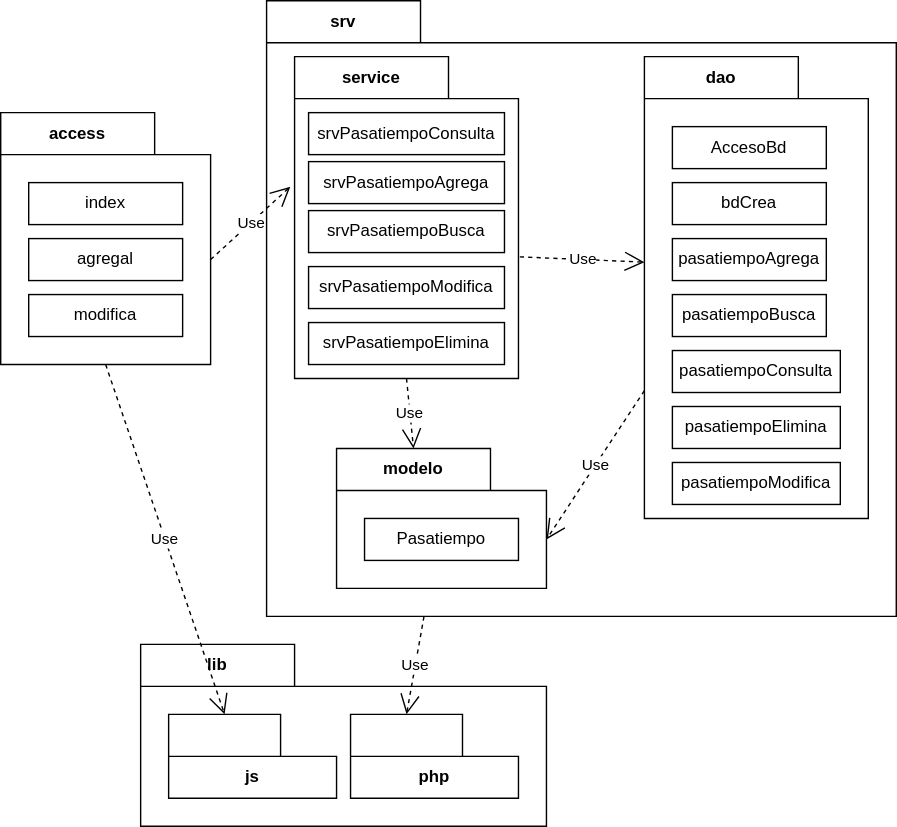
This is docs/img/m13bd/bdpaquetes.drawio.svg from gilpgawoas/gilpgawoas.github.io, a draw.io export, as it was before one commit. Source tidied: cells renumbered, new cells last; positions are measured from the earlier drawing's top-left corner, leaving out a move shared by most shapes. The source it was exported from:
```xml
<mxGraphModel>
  <root>
    <mxCell id="0" />
    <mxCell id="1" parent="0" />
    <mxCell id="2" value="lib" style="shape=folder;fontStyle=1;tabWidth=110;tabHeight=30;tabPosition=left;html=1;boundedLbl=1;labelInHeader=1;whiteSpace=wrap;" parent="1" vertex="1">
      <mxGeometry x="100" y="460" width="290" height="130" as="geometry" />
    </mxCell>
    <mxCell id="3" value="js" style="shape=folder;fontStyle=1;tabWidth=80;tabHeight=30;tabPosition=left;html=1;boundedLbl=1;whiteSpace=wrap;" parent="2" vertex="1">
      <mxGeometry x="20" y="50" width="120" height="60" as="geometry" />
    </mxCell>
    <mxCell id="4" value="php" style="shape=folder;fontStyle=1;tabWidth=80;tabHeight=30;tabPosition=left;html=1;boundedLbl=1;whiteSpace=wrap;" parent="2" vertex="1">
      <mxGeometry x="150" y="50" width="120" height="60" as="geometry" />
    </mxCell>
    <mxCell id="5" value="access" style="shape=folder;fontStyle=1;tabWidth=110;tabHeight=30;tabPosition=left;html=1;boundedLbl=1;labelInHeader=1;whiteSpace=wrap;" parent="1" vertex="1">
      <mxGeometry y="80" width="150" height="180" as="geometry" />
    </mxCell>
    <mxCell id="6" value="index" style="html=1;whiteSpace=wrap;" parent="5" vertex="1">
      <mxGeometry width="110" height="30" relative="1" as="geometry">
        <mxPoint x="20" y="50" as="offset" />
      </mxGeometry>
    </mxCell>
    <mxCell id="7" value="agregal" style="html=1;whiteSpace=wrap;" parent="5" vertex="1">
      <mxGeometry width="110" height="30" relative="1" as="geometry">
        <mxPoint x="20" y="90" as="offset" />
      </mxGeometry>
    </mxCell>
    <mxCell id="8" value="modifica" style="html=1;whiteSpace=wrap;" parent="5" vertex="1">
      <mxGeometry width="110" height="30" relative="1" as="geometry">
        <mxPoint x="20" y="130" as="offset" />
      </mxGeometry>
    </mxCell>
    <mxCell id="9" value="srv" style="shape=folder;fontStyle=1;tabWidth=110;tabHeight=30;tabPosition=left;html=1;boundedLbl=1;labelInHeader=1;whiteSpace=wrap;" parent="1" vertex="1">
      <mxGeometry x="190" width="450" height="440" as="geometry" />
    </mxCell>
    <mxCell id="10" value="service" style="shape=folder;fontStyle=1;tabWidth=110;tabHeight=30;tabPosition=left;html=1;boundedLbl=1;labelInHeader=1;whiteSpace=wrap;" parent="9" vertex="1">
      <mxGeometry x="20" y="40" width="160" height="230" as="geometry" />
    </mxCell>
    <mxCell id="11" value="srvPasatiempoConsulta" style="html=1;whiteSpace=wrap;" parent="10" vertex="1">
      <mxGeometry width="140" height="30" relative="1" as="geometry">
        <mxPoint x="10" y="40" as="offset" />
      </mxGeometry>
    </mxCell>
    <mxCell id="12" value="srvPasatiempoAgrega" style="html=1;whiteSpace=wrap;" parent="10" vertex="1">
      <mxGeometry width="140" height="30" relative="1" as="geometry">
        <mxPoint x="10" y="75" as="offset" />
      </mxGeometry>
    </mxCell>
    <mxCell id="13" value="srvPasatiempoBusca" style="html=1;whiteSpace=wrap;" parent="10" vertex="1">
      <mxGeometry width="140" height="30" relative="1" as="geometry">
        <mxPoint x="10" y="110" as="offset" />
      </mxGeometry>
    </mxCell>
    <mxCell id="14" value="srvPasatiempoModifica" style="html=1;whiteSpace=wrap;" parent="10" vertex="1">
      <mxGeometry width="140" height="30" relative="1" as="geometry">
        <mxPoint x="10" y="150" as="offset" />
      </mxGeometry>
    </mxCell>
    <mxCell id="15" value="srvPasatiempoElimina" style="html=1;whiteSpace=wrap;" parent="10" vertex="1">
      <mxGeometry width="140" height="30" relative="1" as="geometry">
        <mxPoint x="10" y="190" as="offset" />
      </mxGeometry>
    </mxCell>
    <mxCell id="16" value="modelo" style="shape=folder;fontStyle=1;tabWidth=110;tabHeight=30;tabPosition=left;html=1;boundedLbl=1;labelInHeader=1;whiteSpace=wrap;" parent="9" vertex="1">
      <mxGeometry x="50" y="320" width="150" height="100" as="geometry" />
    </mxCell>
    <mxCell id="17" value="Pasatiempo" style="html=1;whiteSpace=wrap;" parent="16" vertex="1">
      <mxGeometry width="110" height="30" relative="1" as="geometry">
        <mxPoint x="20" y="50" as="offset" />
      </mxGeometry>
    </mxCell>
    <mxCell id="18" value="dao" style="shape=folder;fontStyle=1;tabWidth=110;tabHeight=30;tabPosition=left;html=1;boundedLbl=1;labelInHeader=1;whiteSpace=wrap;" parent="9" vertex="1">
      <mxGeometry x="270" y="40" width="160" height="330" as="geometry" />
    </mxCell>
    <mxCell id="19" value="AccesoBd" style="html=1;whiteSpace=wrap;" parent="18" vertex="1">
      <mxGeometry width="110" height="30" relative="1" as="geometry">
        <mxPoint x="20" y="50" as="offset" />
      </mxGeometry>
    </mxCell>
    <mxCell id="20" value="bdCrea" style="html=1;whiteSpace=wrap;" parent="18" vertex="1">
      <mxGeometry width="110" height="30" relative="1" as="geometry">
        <mxPoint x="20" y="90" as="offset" />
      </mxGeometry>
    </mxCell>
    <mxCell id="21" value="pasatiempoAgrega" style="html=1;whiteSpace=wrap;" parent="18" vertex="1">
      <mxGeometry width="110" height="30" relative="1" as="geometry">
        <mxPoint x="20" y="130" as="offset" />
      </mxGeometry>
    </mxCell>
    <mxCell id="22" value="pasatiempoBusca" style="html=1;whiteSpace=wrap;" parent="18" vertex="1">
      <mxGeometry width="110" height="30" relative="1" as="geometry">
        <mxPoint x="20" y="170" as="offset" />
      </mxGeometry>
    </mxCell>
    <mxCell id="23" value="pasatiempoConsulta" style="html=1;whiteSpace=wrap;" parent="18" vertex="1">
      <mxGeometry width="120" height="30" relative="1" as="geometry">
        <mxPoint x="20" y="210" as="offset" />
      </mxGeometry>
    </mxCell>
    <mxCell id="24" value="pasatiempoElimina" style="html=1;whiteSpace=wrap;" parent="18" vertex="1">
      <mxGeometry width="120" height="30" relative="1" as="geometry">
        <mxPoint x="20" y="250" as="offset" />
      </mxGeometry>
    </mxCell>
    <mxCell id="25" value="pasatiempoModifica" style="html=1;whiteSpace=wrap;" parent="18" vertex="1">
      <mxGeometry width="120" height="30" relative="1" as="geometry">
        <mxPoint x="20" y="290" as="offset" />
      </mxGeometry>
    </mxCell>
    <mxCell id="26" value="Use" style="endArrow=open;endSize=12;dashed=1;html=1;rounded=0;entryX=0;entryY=0;entryDx=150;entryDy=65;entryPerimeter=0;exitX=0;exitY=0.723;exitDx=0;exitDy=0;exitPerimeter=0;" parent="9" edge="1" source="18" target="16">
      <mxGeometry relative="1" as="geometry" />
    </mxCell>
    <mxCell id="27" value="Use" style="endArrow=open;endSize=12;dashed=1;html=1;rounded=0;entryX=0;entryY=0;entryDx=55;entryDy=0;entryPerimeter=0;exitX=0.5;exitY=1;exitDx=0;exitDy=0;exitPerimeter=0;" parent="9" edge="1" source="10" target="16">
      <mxGeometry relative="1" as="geometry" />
    </mxCell>
    <mxCell id="28" value="Use" style="endArrow=open;endSize=12;dashed=1;html=1;rounded=0;entryX=0;entryY=0.445;entryDx=0;entryDy=0;entryPerimeter=0;exitX=1.006;exitY=0.622;exitDx=0;exitDy=0;exitPerimeter=0;" parent="9" edge="1" source="10" target="18">
      <mxGeometry relative="1" as="geometry" />
    </mxCell>
    <mxCell id="29" value="Use" style="endArrow=open;endSize=12;dashed=1;html=1;rounded=0;exitX=0;exitY=0;exitDx=150;exitDy=105;exitPerimeter=0;entryX=-0.019;entryY=0.404;entryDx=0;entryDy=0;entryPerimeter=0;" parent="1" edge="1" source="5" target="10">
      <mxGeometry relative="1" as="geometry" />
    </mxCell>
    <mxCell id="30" value="Use" style="endArrow=open;endSize=12;dashed=1;html=1;rounded=0;entryX=0;entryY=0;entryDx=40;entryDy=0;entryPerimeter=0;exitX=0.5;exitY=1;exitDx=0;exitDy=0;exitPerimeter=0;" parent="1" edge="1" source="5" target="3">
      <mxGeometry relative="1" as="geometry" />
    </mxCell>
    <mxCell id="31" value="Use" style="endArrow=open;endSize=12;dashed=1;html=1;rounded=0;entryX=0;entryY=0;entryDx=40;entryDy=0;entryPerimeter=0;exitX=0.25;exitY=1;exitDx=0;exitDy=0;exitPerimeter=0;" parent="1" edge="1" source="9" target="4">
      <mxGeometry relative="1" as="geometry" />
    </mxCell>
  </root>
</mxGraphModel>
```
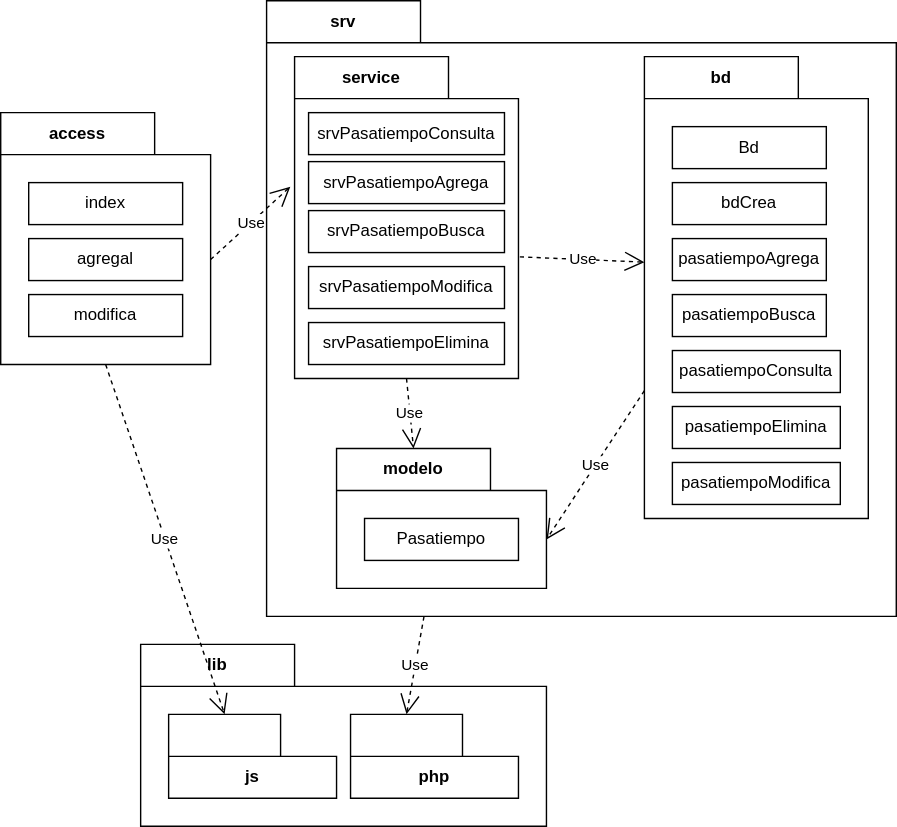
Above is the later version.

What changed in the source:
```diff
@@ -68,10 +68,10 @@
         <mxPoint x="20" y="50" as="offset" />
       </mxGeometry>
     </mxCell>
-    <mxCell id="18" value="dao" style="shape=folder;fontStyle=1;tabWidth=110;tabHeight=30;tabPosition=left;html=1;boundedLbl=1;labelInHeader=1;whiteSpace=wrap;" parent="9" vertex="1">
+    <mxCell id="18" value="bd" style="shape=folder;fontStyle=1;tabWidth=110;tabHeight=30;tabPosition=left;html=1;boundedLbl=1;labelInHeader=1;whiteSpace=wrap;" parent="9" vertex="1">
       <mxGeometry x="270" y="40" width="160" height="330" as="geometry" />
     </mxCell>
-    <mxCell id="19" value="AccesoBd" style="html=1;whiteSpace=wrap;" parent="18" vertex="1">
+    <mxCell id="19" value="Bd" style="html=1;whiteSpace=wrap;" parent="18" vertex="1">
       <mxGeometry width="110" height="30" relative="1" as="geometry">
         <mxPoint x="20" y="50" as="offset" />
       </mxGeometry>
```
